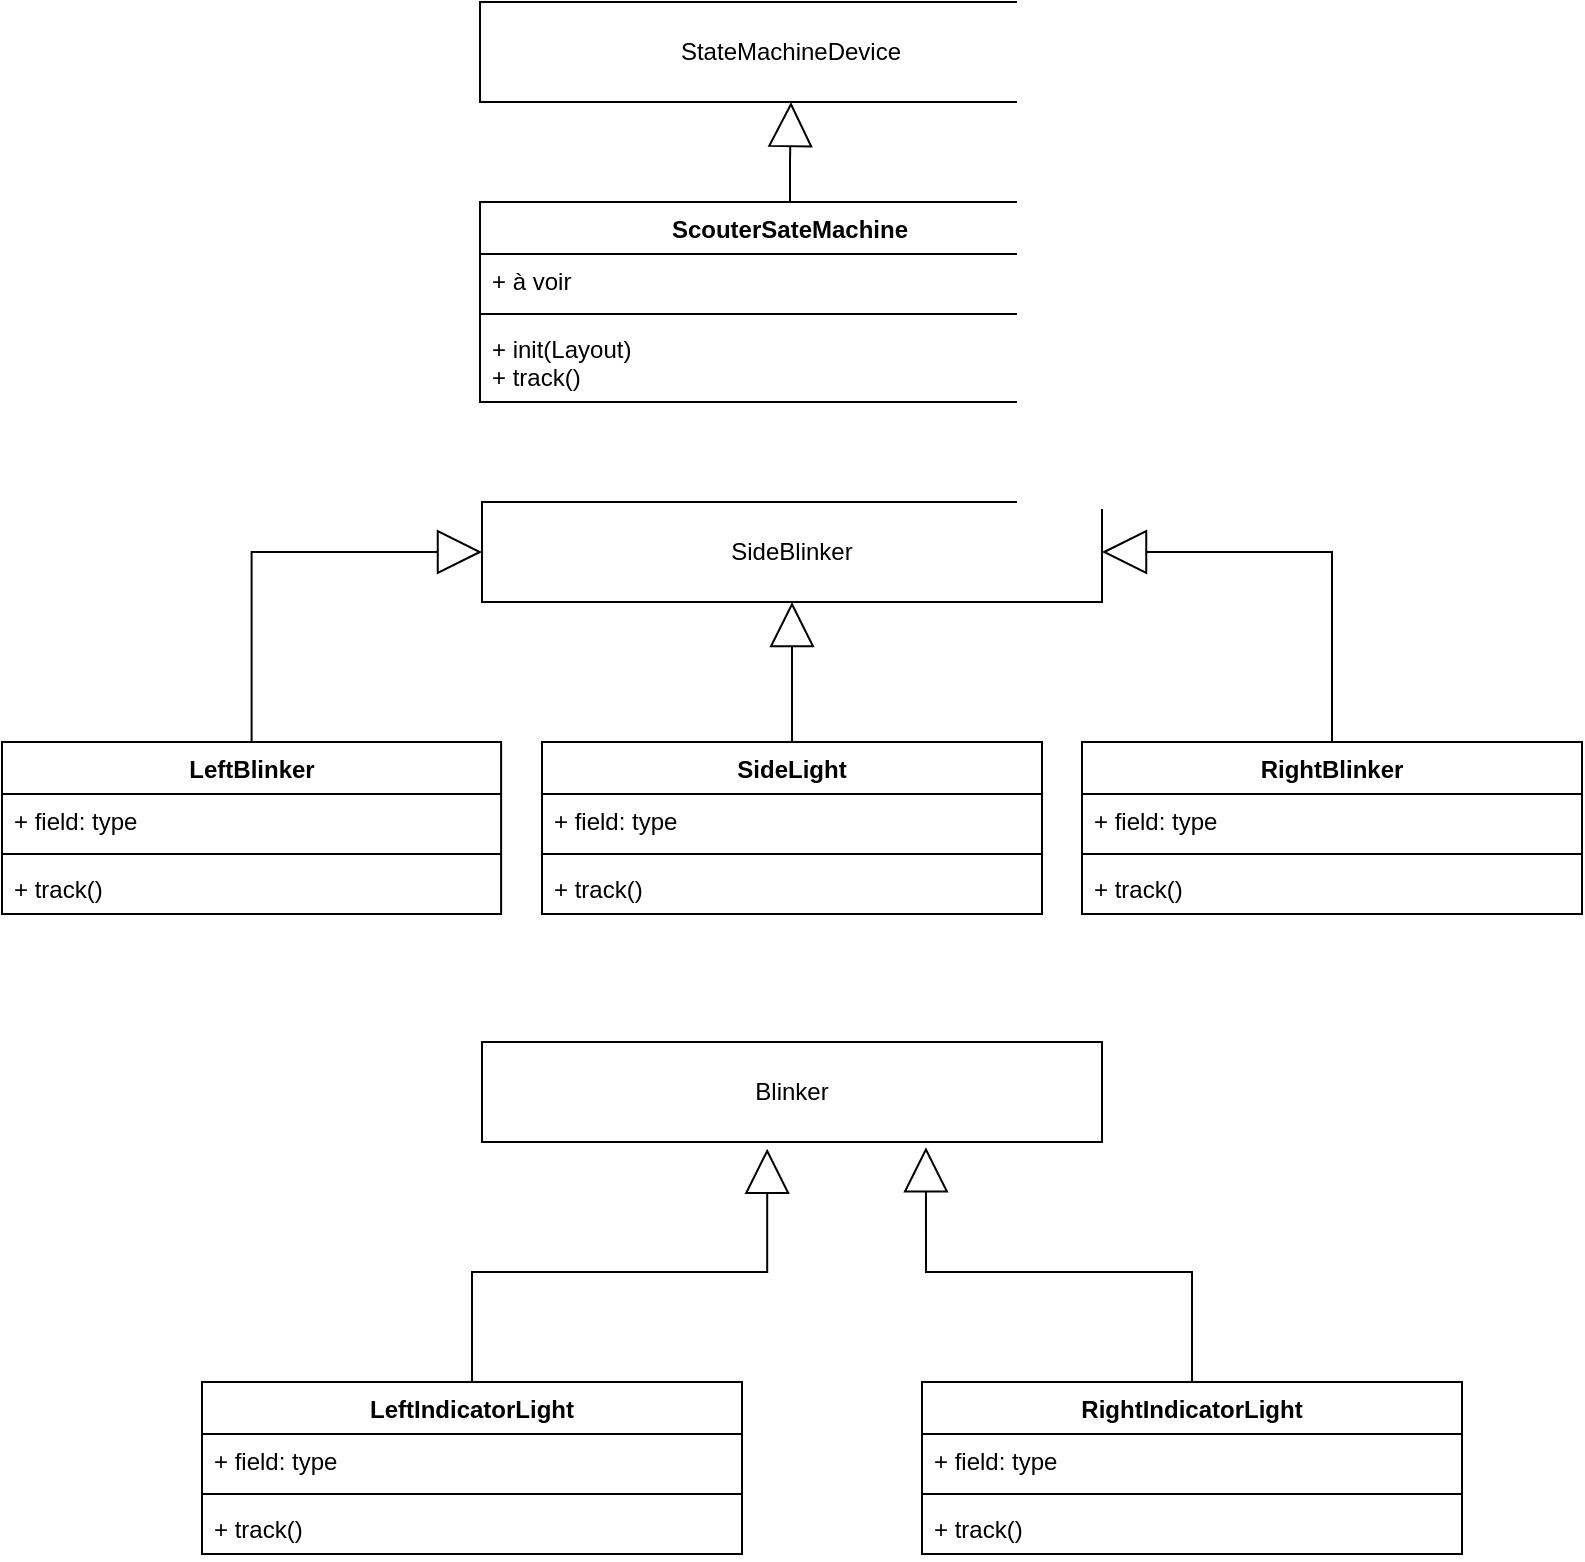
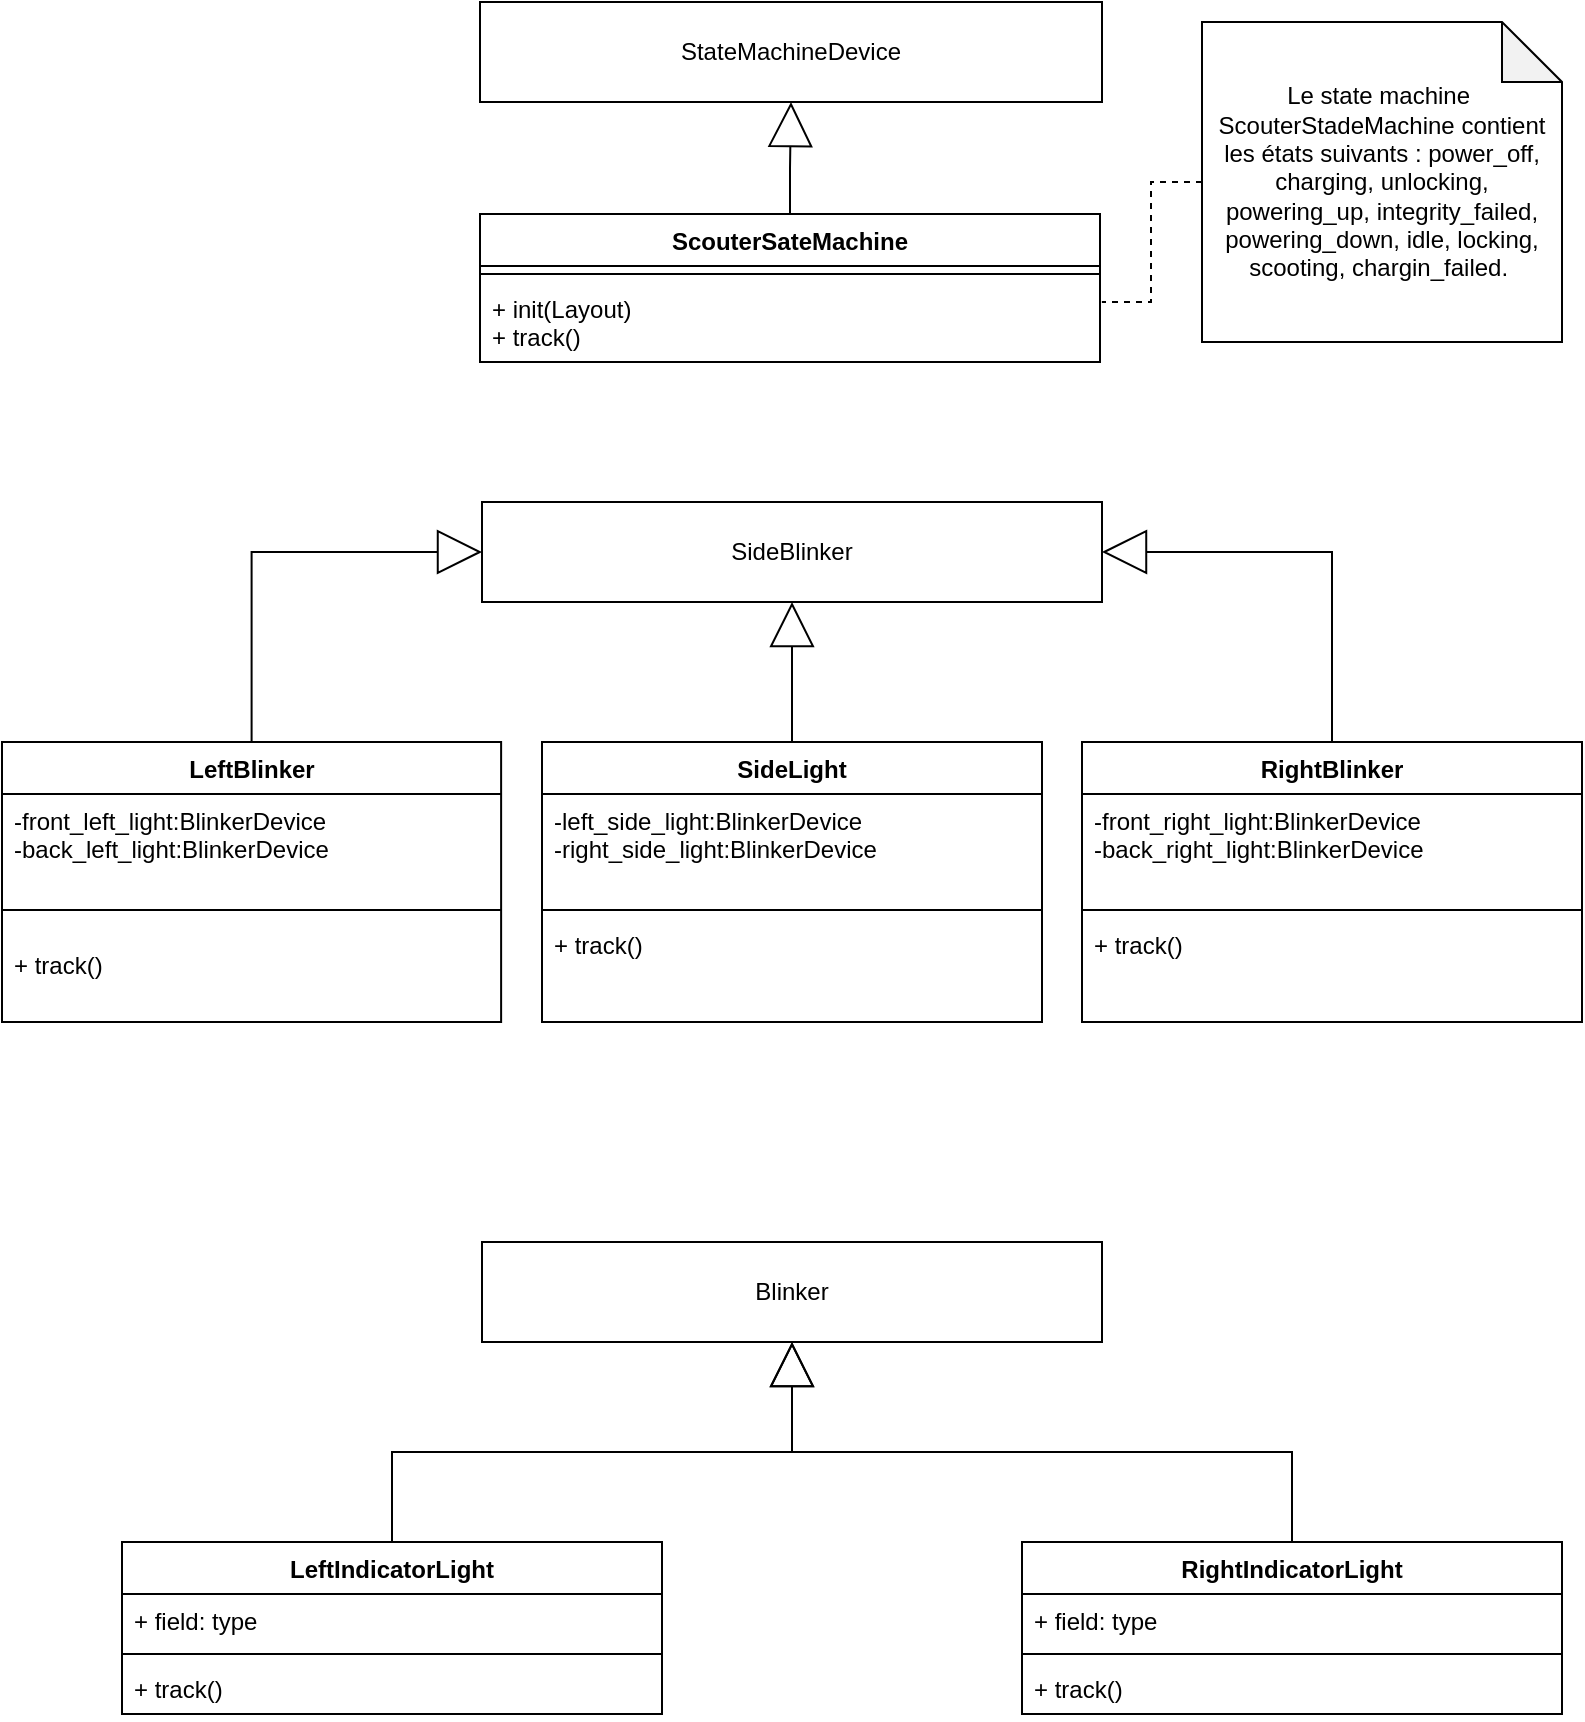
<mxfile host="Electron" agent="Mozilla/5.0 (Windows NT 10.0; Win64; x64) AppleWebKit/537.36 (KHTML, like Gecko) draw.io/26.2.15 Chrome/134.0.6998.205 Electron/35.2.1 Safari/537.36" version="26.2.15">
  <diagram name="Page-1" id="GghMer-YNFgur6t3EFh-">
-     <mxGraphModel dx="2066" dy="1202" grid="1" gridSize="10" guides="1" tooltips="1" connect="1" arrows="1" fold="1" page="1" pageScale="1" pageWidth="827" pageHeight="1169" math="0" shadow="0">
+     <mxGraphModel dx="1024" dy="1404" grid="1" gridSize="10" guides="1" tooltips="1" connect="1" arrows="1" fold="1" page="1" pageScale="1" pageWidth="827" pageHeight="1169" math="0" shadow="0">
      <root>
        <mxCell id="0" />
        <mxCell id="1" parent="0" />
-         <mxCell id="jP7gwSs5NOF349UNAJwi-4" style="edgeStyle=orthogonalEdgeStyle;rounded=0;orthogonalLoop=1;jettySize=auto;html=1;entryX=0.5;entryY=1;entryDx=0;entryDy=0;endArrow=block;endFill=0;endSize=20;" edge="1" parent="1" source="HDNTsqTd7lAjhx9DZTqB-1" target="jP7gwSs5NOF349UNAJwi-1">
+         <mxCell id="jP7gwSs5NOF349UNAJwi-4" style="edgeStyle=orthogonalEdgeStyle;rounded=0;orthogonalLoop=1;jettySize=auto;html=1;entryX=0.5;entryY=1;entryDx=0;entryDy=0;endArrow=block;endFill=0;endSize=20;" parent="1" source="HDNTsqTd7lAjhx9DZTqB-1" target="jP7gwSs5NOF349UNAJwi-1" edge="1">
          <mxGeometry relative="1" as="geometry" />
        </mxCell>
        <mxCell id="HDNTsqTd7lAjhx9DZTqB-1" value="ScouterSateMachine" style="swimlane;fontStyle=1;align=center;verticalAlign=top;childLayout=stackLayout;horizontal=1;startSize=26;horizontalStack=0;resizeParent=1;resizeParentMax=0;resizeLast=0;collapsible=1;marginBottom=0;whiteSpace=wrap;html=1;" parent="1" vertex="1">
-           <mxGeometry x="259" y="130" width="310" height="100" as="geometry" />
-         </mxCell>
-         <mxCell id="HDNTsqTd7lAjhx9DZTqB-2" value="+ à voir" style="text;strokeColor=none;fillColor=none;align=left;verticalAlign=top;spacingLeft=4;spacingRight=4;overflow=hidden;rotatable=0;points=[[0,0.5],[1,0.5]];portConstraint=eastwest;whiteSpace=wrap;html=1;" parent="HDNTsqTd7lAjhx9DZTqB-1" vertex="1">
-           <mxGeometry y="26" width="310" height="26" as="geometry" />
+           <mxGeometry x="259" y="136" width="310" height="74" as="geometry" />
        </mxCell>
        <mxCell id="HDNTsqTd7lAjhx9DZTqB-3" value="" style="line;strokeWidth=1;fillColor=none;align=left;verticalAlign=middle;spacingTop=-1;spacingLeft=3;spacingRight=3;rotatable=0;labelPosition=right;points=[];portConstraint=eastwest;strokeColor=inherit;" parent="HDNTsqTd7lAjhx9DZTqB-1" vertex="1">
-           <mxGeometry y="52" width="310" height="8" as="geometry" />
+           <mxGeometry y="26" width="310" height="8" as="geometry" />
        </mxCell>
        <mxCell id="HDNTsqTd7lAjhx9DZTqB-4" value="+ init(Layout)&lt;div&gt;+ track()&lt;/div&gt;" style="text;strokeColor=none;fillColor=none;align=left;verticalAlign=top;spacingLeft=4;spacingRight=4;overflow=hidden;rotatable=0;points=[[0,0.5],[1,0.5]];portConstraint=eastwest;whiteSpace=wrap;html=1;" parent="HDNTsqTd7lAjhx9DZTqB-1" vertex="1">
-           <mxGeometry y="60" width="310" height="40" as="geometry" />
+           <mxGeometry y="34" width="310" height="40" as="geometry" />
        </mxCell>
-         <mxCell id="jP7gwSs5NOF349UNAJwi-10" style="edgeStyle=orthogonalEdgeStyle;rounded=0;orthogonalLoop=1;jettySize=auto;html=1;entryX=0;entryY=0.5;entryDx=0;entryDy=0;endArrow=block;endFill=0;endSize=20;" edge="1" parent="1" source="HDNTsqTd7lAjhx9DZTqB-5" target="jP7gwSs5NOF349UNAJwi-5">
+         <mxCell id="jP7gwSs5NOF349UNAJwi-10" style="edgeStyle=orthogonalEdgeStyle;rounded=0;orthogonalLoop=1;jettySize=auto;html=1;entryX=0;entryY=0.5;entryDx=0;entryDy=0;endArrow=block;endFill=0;endSize=20;" parent="1" source="HDNTsqTd7lAjhx9DZTqB-5" target="jP7gwSs5NOF349UNAJwi-5" edge="1">
          <mxGeometry relative="1" as="geometry" />
        </mxCell>
        <mxCell id="HDNTsqTd7lAjhx9DZTqB-5" value="LeftBlinker" style="swimlane;fontStyle=1;align=center;verticalAlign=top;childLayout=stackLayout;horizontal=1;startSize=26;horizontalStack=0;resizeParent=1;resizeParentMax=0;resizeLast=0;collapsible=1;marginBottom=0;whiteSpace=wrap;html=1;rotation=0;" parent="1" vertex="1">
-           <mxGeometry x="20" y="400" width="249.56" height="86" as="geometry" />
+           <mxGeometry x="20" y="400" width="249.56" height="140" as="geometry" />
        </mxCell>
-         <mxCell id="HDNTsqTd7lAjhx9DZTqB-6" value="+ field: type" style="text;strokeColor=none;fillColor=none;align=left;verticalAlign=top;spacingLeft=4;spacingRight=4;overflow=hidden;rotatable=0;points=[[0,0.5],[1,0.5]];portConstraint=eastwest;whiteSpace=wrap;html=1;rotation=0;" parent="HDNTsqTd7lAjhx9DZTqB-5" vertex="1">
-           <mxGeometry y="26" width="249.56" height="26" as="geometry" />
+         <mxCell id="HDNTsqTd7lAjhx9DZTqB-6" value="-front_left_light:BlinkerDevice&lt;div&gt;-back_left_light:BlinkerDevice&lt;/div&gt;" style="text;strokeColor=none;fillColor=none;align=left;verticalAlign=top;spacingLeft=4;spacingRight=4;overflow=hidden;rotatable=0;points=[[0,0.5],[1,0.5]];portConstraint=eastwest;whiteSpace=wrap;html=1;rotation=0;" parent="HDNTsqTd7lAjhx9DZTqB-5" vertex="1">
+           <mxGeometry y="26" width="249.56" height="44" as="geometry" />
        </mxCell>
        <mxCell id="HDNTsqTd7lAjhx9DZTqB-7" value="" style="line;strokeWidth=1;fillColor=none;align=left;verticalAlign=middle;spacingTop=-1;spacingLeft=3;spacingRight=3;rotatable=0;labelPosition=right;points=[];portConstraint=eastwest;strokeColor=inherit;rotation=0;" parent="HDNTsqTd7lAjhx9DZTqB-5" vertex="1">
-           <mxGeometry y="52" width="249.56" height="8" as="geometry" />
+           <mxGeometry y="70" width="249.56" height="28" as="geometry" />
        </mxCell>
        <mxCell id="HDNTsqTd7lAjhx9DZTqB-8" value="+ track()" style="text;strokeColor=none;fillColor=none;align=left;verticalAlign=top;spacingLeft=4;spacingRight=4;overflow=hidden;rotatable=0;points=[[0,0.5],[1,0.5]];portConstraint=eastwest;whiteSpace=wrap;html=1;rotation=0;" parent="HDNTsqTd7lAjhx9DZTqB-5" vertex="1">
-           <mxGeometry y="60" width="249.56" height="26" as="geometry" />
+           <mxGeometry y="98" width="249.56" height="42" as="geometry" />
        </mxCell>
-         <mxCell id="jP7gwSs5NOF349UNAJwi-12" style="edgeStyle=orthogonalEdgeStyle;rounded=0;orthogonalLoop=1;jettySize=auto;html=1;entryX=1;entryY=0.5;entryDx=0;entryDy=0;endArrow=block;endFill=0;endSize=20;" edge="1" parent="1" source="HDNTsqTd7lAjhx9DZTqB-9" target="jP7gwSs5NOF349UNAJwi-5">
+         <mxCell id="jP7gwSs5NOF349UNAJwi-12" style="edgeStyle=orthogonalEdgeStyle;rounded=0;orthogonalLoop=1;jettySize=auto;html=1;entryX=1;entryY=0.5;entryDx=0;entryDy=0;endArrow=block;endFill=0;endSize=20;" parent="1" source="HDNTsqTd7lAjhx9DZTqB-9" target="jP7gwSs5NOF349UNAJwi-5" edge="1">
          <mxGeometry relative="1" as="geometry" />
        </mxCell>
        <mxCell id="HDNTsqTd7lAjhx9DZTqB-9" value="RightBlinker" style="swimlane;fontStyle=1;align=center;verticalAlign=top;childLayout=stackLayout;horizontal=1;startSize=26;horizontalStack=0;resizeParent=1;resizeParentMax=0;resizeLast=0;collapsible=1;marginBottom=0;whiteSpace=wrap;html=1;" parent="1" vertex="1">
-           <mxGeometry x="560" y="400" width="250" height="86" as="geometry" />
+           <mxGeometry x="560" y="400" width="250" height="140" as="geometry" />
        </mxCell>
-         <mxCell id="HDNTsqTd7lAjhx9DZTqB-10" value="+ field: type" style="text;strokeColor=none;fillColor=none;align=left;verticalAlign=top;spacingLeft=4;spacingRight=4;overflow=hidden;rotatable=0;points=[[0,0.5],[1,0.5]];portConstraint=eastwest;whiteSpace=wrap;html=1;" parent="HDNTsqTd7lAjhx9DZTqB-9" vertex="1">
-           <mxGeometry y="26" width="250" height="26" as="geometry" />
+         <mxCell id="HDNTsqTd7lAjhx9DZTqB-10" value="-front_right_light:BlinkerDevice&lt;div&gt;-back_right_light:BlinkerDevice&lt;/div&gt;" style="text;strokeColor=none;fillColor=none;align=left;verticalAlign=top;spacingLeft=4;spacingRight=4;overflow=hidden;rotatable=0;points=[[0,0.5],[1,0.5]];portConstraint=eastwest;whiteSpace=wrap;html=1;" parent="HDNTsqTd7lAjhx9DZTqB-9" vertex="1">
+           <mxGeometry y="26" width="250" height="54" as="geometry" />
        </mxCell>
        <mxCell id="HDNTsqTd7lAjhx9DZTqB-11" value="" style="line;strokeWidth=1;fillColor=none;align=left;verticalAlign=middle;spacingTop=-1;spacingLeft=3;spacingRight=3;rotatable=0;labelPosition=right;points=[];portConstraint=eastwest;strokeColor=inherit;" parent="HDNTsqTd7lAjhx9DZTqB-9" vertex="1">
-           <mxGeometry y="52" width="250" height="8" as="geometry" />
+           <mxGeometry y="80" width="250" height="8" as="geometry" />
        </mxCell>
        <mxCell id="HDNTsqTd7lAjhx9DZTqB-12" value="+ track()" style="text;strokeColor=none;fillColor=none;align=left;verticalAlign=top;spacingLeft=4;spacingRight=4;overflow=hidden;rotatable=0;points=[[0,0.5],[1,0.5]];portConstraint=eastwest;whiteSpace=wrap;html=1;" parent="HDNTsqTd7lAjhx9DZTqB-9" vertex="1">
-           <mxGeometry y="60" width="250" height="26" as="geometry" />
+           <mxGeometry y="88" width="250" height="52" as="geometry" />
        </mxCell>
-         <mxCell id="jP7gwSs5NOF349UNAJwi-11" style="edgeStyle=orthogonalEdgeStyle;rounded=0;orthogonalLoop=1;jettySize=auto;html=1;entryX=0.5;entryY=1;entryDx=0;entryDy=0;endArrow=block;endFill=0;endSize=20;" edge="1" parent="1" source="HDNTsqTd7lAjhx9DZTqB-13" target="jP7gwSs5NOF349UNAJwi-5">
+         <mxCell id="jP7gwSs5NOF349UNAJwi-11" style="edgeStyle=orthogonalEdgeStyle;rounded=0;orthogonalLoop=1;jettySize=auto;html=1;entryX=0.5;entryY=1;entryDx=0;entryDy=0;endArrow=block;endFill=0;endSize=20;" parent="1" source="HDNTsqTd7lAjhx9DZTqB-13" target="jP7gwSs5NOF349UNAJwi-5" edge="1">
          <mxGeometry relative="1" as="geometry" />
        </mxCell>
        <mxCell id="HDNTsqTd7lAjhx9DZTqB-13" value="SideLight" style="swimlane;fontStyle=1;align=center;verticalAlign=top;childLayout=stackLayout;horizontal=1;startSize=26;horizontalStack=0;resizeParent=1;resizeParentMax=0;resizeLast=0;collapsible=1;marginBottom=0;whiteSpace=wrap;html=1;" parent="1" vertex="1">
-           <mxGeometry x="290" y="400" width="250" height="86" as="geometry" />
+           <mxGeometry x="290" y="400" width="250" height="140" as="geometry" />
        </mxCell>
-         <mxCell id="HDNTsqTd7lAjhx9DZTqB-14" value="+ field: type" style="text;strokeColor=none;fillColor=none;align=left;verticalAlign=top;spacingLeft=4;spacingRight=4;overflow=hidden;rotatable=0;points=[[0,0.5],[1,0.5]];portConstraint=eastwest;whiteSpace=wrap;html=1;" parent="HDNTsqTd7lAjhx9DZTqB-13" vertex="1">
-           <mxGeometry y="26" width="250" height="26" as="geometry" />
+         <mxCell id="HDNTsqTd7lAjhx9DZTqB-14" value="-left_side_light:BlinkerDevice&lt;div&gt;-right_side_light:BlinkerDevice&lt;/div&gt;" style="text;strokeColor=none;fillColor=none;align=left;verticalAlign=top;spacingLeft=4;spacingRight=4;overflow=hidden;rotatable=0;points=[[0,0.5],[1,0.5]];portConstraint=eastwest;whiteSpace=wrap;html=1;" parent="HDNTsqTd7lAjhx9DZTqB-13" vertex="1">
+           <mxGeometry y="26" width="250" height="54" as="geometry" />
        </mxCell>
        <mxCell id="HDNTsqTd7lAjhx9DZTqB-15" value="" style="line;strokeWidth=1;fillColor=none;align=left;verticalAlign=middle;spacingTop=-1;spacingLeft=3;spacingRight=3;rotatable=0;labelPosition=right;points=[];portConstraint=eastwest;strokeColor=inherit;" parent="HDNTsqTd7lAjhx9DZTqB-13" vertex="1">
-           <mxGeometry y="52" width="250" height="8" as="geometry" />
+           <mxGeometry y="80" width="250" height="8" as="geometry" />
        </mxCell>
        <mxCell id="HDNTsqTd7lAjhx9DZTqB-16" value="+ track()" style="text;strokeColor=none;fillColor=none;align=left;verticalAlign=top;spacingLeft=4;spacingRight=4;overflow=hidden;rotatable=0;points=[[0,0.5],[1,0.5]];portConstraint=eastwest;whiteSpace=wrap;html=1;" parent="HDNTsqTd7lAjhx9DZTqB-13" vertex="1">
-           <mxGeometry y="60" width="250" height="26" as="geometry" />
+           <mxGeometry y="88" width="250" height="52" as="geometry" />
        </mxCell>
        <mxCell id="HDNTsqTd7lAjhx9DZTqB-17" value="LeftIndicatorLight" style="swimlane;fontStyle=1;align=center;verticalAlign=top;childLayout=stackLayout;horizontal=1;startSize=26;horizontalStack=0;resizeParent=1;resizeParentMax=0;resizeLast=0;collapsible=1;marginBottom=0;whiteSpace=wrap;html=1;" parent="1" vertex="1">
-           <mxGeometry x="120" y="720" width="270" height="86" as="geometry" />
+           <mxGeometry x="80" y="800" width="270" height="86" as="geometry" />
        </mxCell>
        <mxCell id="HDNTsqTd7lAjhx9DZTqB-18" value="+ field: type" style="text;strokeColor=none;fillColor=none;align=left;verticalAlign=top;spacingLeft=4;spacingRight=4;overflow=hidden;rotatable=0;points=[[0,0.5],[1,0.5]];portConstraint=eastwest;whiteSpace=wrap;html=1;" parent="HDNTsqTd7lAjhx9DZTqB-17" vertex="1">
          <mxGeometry y="26" width="270" height="26" as="geometry" />
        </mxCell>
        <mxCell id="HDNTsqTd7lAjhx9DZTqB-19" value="" style="line;strokeWidth=1;fillColor=none;align=left;verticalAlign=middle;spacingTop=-1;spacingLeft=3;spacingRight=3;rotatable=0;labelPosition=right;points=[];portConstraint=eastwest;strokeColor=inherit;" parent="HDNTsqTd7lAjhx9DZTqB-17" vertex="1">
          <mxGeometry y="52" width="270" height="8" as="geometry" />
        </mxCell>
        <mxCell id="HDNTsqTd7lAjhx9DZTqB-20" value="+ track()" style="text;strokeColor=none;fillColor=none;align=left;verticalAlign=top;spacingLeft=4;spacingRight=4;overflow=hidden;rotatable=0;points=[[0,0.5],[1,0.5]];portConstraint=eastwest;whiteSpace=wrap;html=1;" parent="HDNTsqTd7lAjhx9DZTqB-17" vertex="1">
          <mxGeometry y="60" width="270" height="26" as="geometry" />
        </mxCell>
        <mxCell id="HDNTsqTd7lAjhx9DZTqB-21" value="RightIndicatorLight" style="swimlane;fontStyle=1;align=center;verticalAlign=top;childLayout=stackLayout;horizontal=1;startSize=26;horizontalStack=0;resizeParent=1;resizeParentMax=0;resizeLast=0;collapsible=1;marginBottom=0;whiteSpace=wrap;html=1;" parent="1" vertex="1">
-           <mxGeometry x="480" y="720" width="270" height="86" as="geometry" />
+           <mxGeometry x="530" y="800" width="270" height="86" as="geometry" />
        </mxCell>
        <mxCell id="HDNTsqTd7lAjhx9DZTqB-22" value="+ field: type" style="text;strokeColor=none;fillColor=none;align=left;verticalAlign=top;spacingLeft=4;spacingRight=4;overflow=hidden;rotatable=0;points=[[0,0.5],[1,0.5]];portConstraint=eastwest;whiteSpace=wrap;html=1;" parent="HDNTsqTd7lAjhx9DZTqB-21" vertex="1">
          <mxGeometry y="26" width="270" height="26" as="geometry" />
        </mxCell>
        <mxCell id="HDNTsqTd7lAjhx9DZTqB-23" value="" style="line;strokeWidth=1;fillColor=none;align=left;verticalAlign=middle;spacingTop=-1;spacingLeft=3;spacingRight=3;rotatable=0;labelPosition=right;points=[];portConstraint=eastwest;strokeColor=inherit;" parent="HDNTsqTd7lAjhx9DZTqB-21" vertex="1">
          <mxGeometry y="52" width="270" height="8" as="geometry" />
        </mxCell>
        <mxCell id="HDNTsqTd7lAjhx9DZTqB-24" value="+ track()" style="text;strokeColor=none;fillColor=none;align=left;verticalAlign=top;spacingLeft=4;spacingRight=4;overflow=hidden;rotatable=0;points=[[0,0.5],[1,0.5]];portConstraint=eastwest;whiteSpace=wrap;html=1;" parent="HDNTsqTd7lAjhx9DZTqB-21" vertex="1">
          <mxGeometry y="60" width="270" height="26" as="geometry" />
        </mxCell>
-         <mxCell id="jP7gwSs5NOF349UNAJwi-1" value="StateMachineDevice" style="html=1;whiteSpace=wrap;" vertex="1" parent="1">
+         <mxCell id="jP7gwSs5NOF349UNAJwi-1" value="StateMachineDevice" style="html=1;whiteSpace=wrap;" parent="1" vertex="1">
          <mxGeometry x="259" y="30" width="311" height="50" as="geometry" />
        </mxCell>
-         <mxCell id="jP7gwSs5NOF349UNAJwi-5" value="SideBlinker" style="html=1;whiteSpace=wrap;" vertex="1" parent="1">
+         <mxCell id="jP7gwSs5NOF349UNAJwi-5" value="SideBlinker" style="html=1;whiteSpace=wrap;" parent="1" vertex="1">
          <mxGeometry x="260" y="280" width="310" height="50" as="geometry" />
        </mxCell>
-         <mxCell id="jP7gwSs5NOF349UNAJwi-13" value="Blinker" style="html=1;whiteSpace=wrap;" vertex="1" parent="1">
-           <mxGeometry x="260" y="550" width="310" height="50" as="geometry" />
+         <mxCell id="jP7gwSs5NOF349UNAJwi-13" value="Blinker" style="html=1;whiteSpace=wrap;" parent="1" vertex="1">
+           <mxGeometry x="260" y="650" width="310" height="50" as="geometry" />
        </mxCell>
-         <mxCell id="jP7gwSs5NOF349UNAJwi-14" style="edgeStyle=orthogonalEdgeStyle;rounded=0;orthogonalLoop=1;jettySize=auto;html=1;entryX=0.46;entryY=1.067;entryDx=0;entryDy=0;entryPerimeter=0;endArrow=block;endFill=0;endSize=20;" edge="1" parent="1" source="HDNTsqTd7lAjhx9DZTqB-17" target="jP7gwSs5NOF349UNAJwi-13">
+         <mxCell id="V1wbgM5l10xvCFtlWwos-1" value="Le state machine&amp;nbsp; ScouterStadeMachine contient les états suivants : power_off, charging, unlocking, powering_up, integrity_failed, powering_down, idle, locking, scooting, chargin_failed.&amp;nbsp;" style="shape=note;whiteSpace=wrap;html=1;backgroundOutline=1;darkOpacity=0.05;" vertex="1" parent="1">
+           <mxGeometry x="620" y="40" width="180" height="160" as="geometry" />
+         </mxCell>
+         <mxCell id="V1wbgM5l10xvCFtlWwos-3" style="edgeStyle=orthogonalEdgeStyle;rounded=0;orthogonalLoop=1;jettySize=auto;html=1;entryX=1.003;entryY=0.25;entryDx=0;entryDy=0;entryPerimeter=0;endArrow=none;startFill=0;dashed=1;" edge="1" parent="1" source="V1wbgM5l10xvCFtlWwos-1" target="HDNTsqTd7lAjhx9DZTqB-4">
          <mxGeometry relative="1" as="geometry" />
        </mxCell>
-         <mxCell id="jP7gwSs5NOF349UNAJwi-15" style="edgeStyle=orthogonalEdgeStyle;rounded=0;orthogonalLoop=1;jettySize=auto;html=1;entryX=0.716;entryY=1.053;entryDx=0;entryDy=0;entryPerimeter=0;endArrow=block;endFill=0;endSize=20;" edge="1" parent="1" source="HDNTsqTd7lAjhx9DZTqB-21" target="jP7gwSs5NOF349UNAJwi-13">
+         <mxCell id="V1wbgM5l10xvCFtlWwos-4" style="edgeStyle=orthogonalEdgeStyle;rounded=0;orthogonalLoop=1;jettySize=auto;html=1;endArrow=block;endFill=0;endSize=20;" edge="1" parent="1" source="HDNTsqTd7lAjhx9DZTqB-17" target="jP7gwSs5NOF349UNAJwi-13">
+           <mxGeometry relative="1" as="geometry" />
+         </mxCell>
+         <mxCell id="V1wbgM5l10xvCFtlWwos-5" style="edgeStyle=orthogonalEdgeStyle;rounded=0;orthogonalLoop=1;jettySize=auto;html=1;endArrow=block;endFill=0;endSize=20;" edge="1" parent="1" source="HDNTsqTd7lAjhx9DZTqB-21" target="jP7gwSs5NOF349UNAJwi-13">
          <mxGeometry relative="1" as="geometry" />
        </mxCell>
      </root>
    </mxGraphModel>
  </diagram>
</mxfile>
